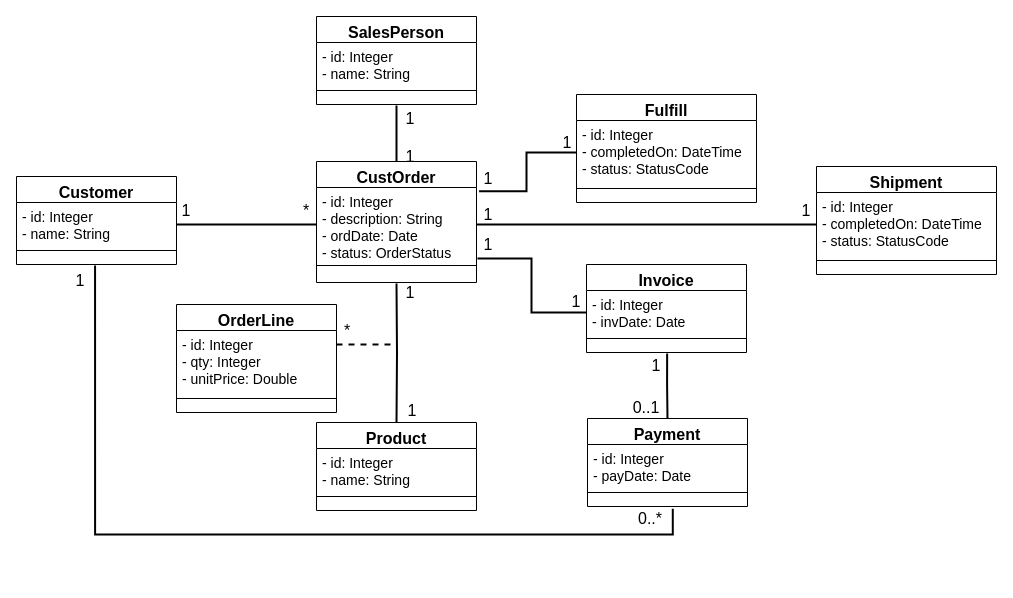
Earlier version of the draw.io diagram page "model" (1 of 4) of docs/orderman-design.drawio (jdomainapp/orderman). Source tidied: cells renumbered, new cells numbered last; positions are measured from the earlier drawing's top-left corner, leaving out a move shared by most shapes. Both pictures are drawn from the tidied source at 100%, with x=0, y=0 at pixel (16, 16).
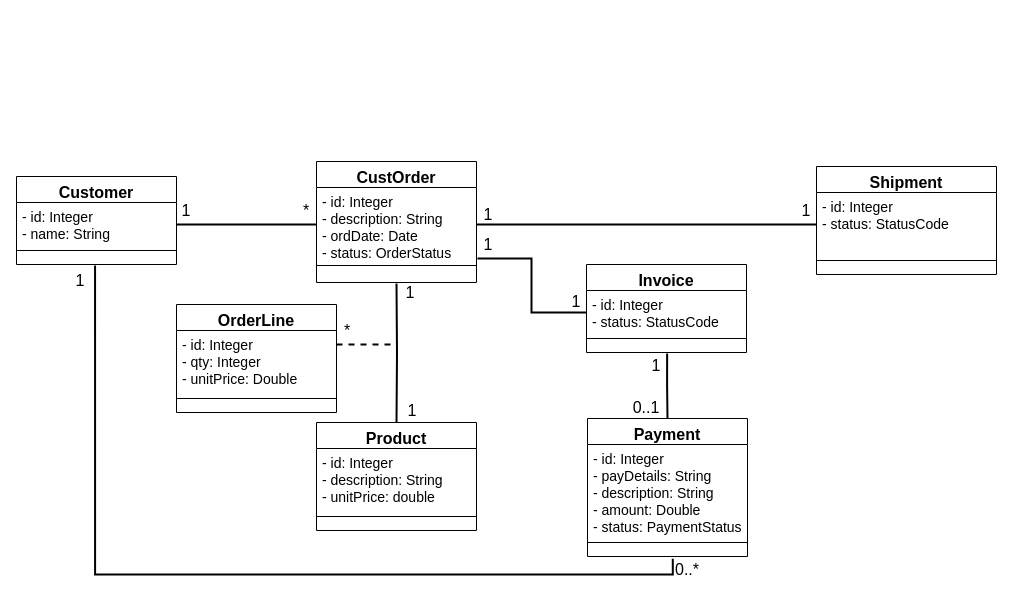
The same page after the edit.

The change refers to these unchanged cells:
```xml
<mxCell id="5" value=" " style="text;strokeColor=none;fillColor=none;align=left;verticalAlign=top;spacingLeft=4;spacingRight=4;overflow=hidden;points=[[0,0.5],[1,0.5]];portConstraint=eastwest;" parent="2" vertex="1">
  <mxGeometry y="78" width="160" height="10" as="geometry" />
</mxCell>
<mxCell id="18" value="Invoice" style="swimlane;fontStyle=1;align=center;verticalAlign=top;horizontal=1;startSize=26;fontSize=16;" parent="1" vertex="1">
  <mxGeometry x="570" y="248" width="160" height="88" as="geometry" />
</mxCell>
<mxCell id="30" value="Shipment" style="swimlane;fontStyle=1;align=center;verticalAlign=top;horizontal=1;startSize=26;fontSize=16;" parent="1" vertex="1">
  <mxGeometry x="800" y="150" width="180" height="108" as="geometry" />
</mxCell>
<mxCell id="46" value="CustOrder" style="swimlane;fontStyle=1;align=center;verticalAlign=top;horizontal=1;startSize=26;fontSize=16;labelBackgroundColor=none;" parent="1" vertex="1">
  <mxGeometry x="300" y="145" width="160" height="121" as="geometry" />
</mxCell>
<mxCell id="47" value="- id: Integer&#10;- description: String&#10;- ordDate: Date&#10;- status: OrderStatus" style="text;strokeColor=none;fillColor=none;align=left;verticalAlign=top;spacingLeft=4;spacingRight=4;overflow=hidden;points=[[0,0.5],[1,0.5]];portConstraint=eastwest;fontSize=14;" parent="46" vertex="1">
  <mxGeometry y="26" width="160" height="74" as="geometry" />
</mxCell>
```

The edit, as a diff of the source:
```diff
@@
-    <mxCell id="6" value="SalesPerson" style="swimlane;fontStyle=1;align=center;verticalAlign=top;horizontal=1;startSize=26;fontSize=16;" parent="1" vertex="1">
-      <mxGeometry x="300" width="160" height="88" as="geometry" />
-    </mxCell>
-    <mxCell id="7" value="- id: Integer&#10;- name: String" style="text;strokeColor=none;fillColor=none;align=left;verticalAlign=top;spacingLeft=4;spacingRight=4;overflow=hidden;fontSize=14;" parent="6" vertex="1">
-      <mxGeometry y="26" width="160" height="44" as="geometry" />
-    </mxCell>
-    <mxCell id="8" style="line;strokeWidth=1;fillColor=none;align=left;verticalAlign=middle;spacingTop=-1;spacingLeft=3;spacingRight=3;labelPosition=right;strokeColor=inherit;" parent="6" vertex="1">
-      <mxGeometry y="70" width="160" height="8" as="geometry" />
-    </mxCell>
-    <mxCell id="9" value=" " style="text;strokeColor=none;fillColor=none;align=left;verticalAlign=top;spacingLeft=4;spacingRight=4;overflow=hidden;points=[[0,0.5],[1,0.5]];portConstraint=eastwest;" parent="6" vertex="1">
-      <mxGeometry y="78" width="160" height="10" as="geometry" />
-    </mxCell>
     <mxCell id="10" value="Product" style="swimlane;fontStyle=1;align=center;verticalAlign=top;horizontal=1;startSize=26;fontSize=16;" parent="1" vertex="1">
-      <mxGeometry x="300" y="406" width="160" height="88" as="geometry" />
+      <mxGeometry x="300" y="406" width="160" height="108" as="geometry" />
     </mxCell>
-    <mxCell id="11" value="- id: Integer&#10;- name: String" style="text;strokeColor=none;fillColor=none;align=left;verticalAlign=top;spacingLeft=4;spacingRight=4;overflow=hidden;fontSize=14;" parent="10" vertex="1">
-      <mxGeometry y="26" width="160" height="44" as="geometry" />
+    <mxCell id="11" value="- id: Integer&#10;- description: String&#10;- unitPrice: double" style="text;strokeColor=none;fillColor=none;align=left;verticalAlign=top;spacingLeft=4;spacingRight=4;overflow=hidden;fontSize=14;" parent="10" vertex="1">
+      <mxGeometry y="26" width="160" height="64" as="geometry" />
     </mxCell>
     <mxCell id="12" style="line;strokeWidth=1;fillColor=none;align=left;verticalAlign=middle;spacingTop=-1;spacingLeft=3;spacingRight=3;labelPosition=right;strokeColor=inherit;" parent="10" vertex="1">
-      <mxGeometry y="70" width="160" height="8" as="geometry" />
+      <mxGeometry y="90" width="160" height="8" as="geometry" />
     </mxCell>
     <mxCell id="13" value=" " style="text;strokeColor=none;fillColor=none;align=left;verticalAlign=top;spacingLeft=4;spacingRight=4;overflow=hidden;" parent="10" vertex="1">
-      <mxGeometry y="78" width="160" height="10" as="geometry" />
+      <mxGeometry y="98" width="160" height="10" as="geometry" />
     </mxCell>
@@
-    <mxCell id="19" value="- id: Integer&#10;- invDate: Date" style="text;strokeColor=none;fillColor=none;align=left;verticalAlign=top;spacingLeft=4;spacingRight=4;overflow=hidden;points=[[0,0.5],[1,0.5]];portConstraint=eastwest;fontSize=14;" parent="18" vertex="1">
+    <mxCell id="19" value="- id: Integer&#10;- status: StatusCode" style="text;strokeColor=none;fillColor=none;align=left;verticalAlign=top;spacingLeft=4;spacingRight=4;overflow=hidden;points=[[0,0.5],[1,0.5]];portConstraint=eastwest;fontSize=14;" parent="18" vertex="1">
       <mxGeometry y="26" width="160" height="44" as="geometry" />
     </mxCell>
@@
     <mxCell id="22" value="Payment" style="swimlane;fontStyle=1;align=center;verticalAlign=top;horizontal=1;startSize=26;fontSize=16;" parent="1" vertex="1">
-      <mxGeometry x="571" y="402" width="160" height="88" as="geometry" />
+      <mxGeometry x="571" y="402" width="160" height="138" as="geometry" />
     </mxCell>
-    <mxCell id="23" value="- id: Integer&#10;- payDate: Date" style="text;strokeColor=none;fillColor=none;align=left;verticalAlign=top;spacingLeft=4;spacingRight=4;overflow=hidden;fontSize=14;" parent="22" vertex="1">
-      <mxGeometry y="26" width="160" height="44" as="geometry" />
+    <mxCell id="23" value="- id: Integer&#10;- payDetails: String&#10;- description: String&#10;- amount: Double&#10;- status: PaymentStatus" style="text;strokeColor=none;fillColor=none;align=left;verticalAlign=top;spacingLeft=4;spacingRight=4;overflow=hidden;fontSize=14;" parent="22" vertex="1">
+      <mxGeometry y="26" width="160" height="94" as="geometry" />
     </mxCell>
     <mxCell id="24" style="line;strokeWidth=1;fillColor=none;align=left;verticalAlign=middle;spacingTop=-1;spacingLeft=3;spacingRight=3;labelPosition=right;strokeColor=inherit;" parent="22" vertex="1">
-      <mxGeometry y="70" width="160" height="8" as="geometry" />
+      <mxGeometry y="120" width="160" height="8" as="geometry" />
     </mxCell>
     <mxCell id="25" value=" " style="text;strokeColor=none;fillColor=none;align=left;verticalAlign=top;spacingLeft=4;spacingRight=4;overflow=hidden;points=[[0,0.5],[1,0.5]];portConstraint=eastwest;" parent="22" vertex="1">
-      <mxGeometry y="78" width="160" height="10" as="geometry" />
+      <mxGeometry y="128" width="160" height="10" as="geometry" />
     </mxCell>
-    <mxCell id="26" value="Fulfill" style="swimlane;fontStyle=1;align=center;verticalAlign=top;horizontal=1;startSize=26;fontSize=16;" parent="1" vertex="1">
-      <mxGeometry x="560" y="78" width="180" height="108" as="geometry" />
-    </mxCell>
-    <mxCell id="27" value="- id: Integer&#10;- completedOn: DateTime&#10;- status: StatusCode" style="text;strokeColor=none;fillColor=none;align=left;verticalAlign=top;spacingLeft=4;spacingRight=4;overflow=hidden;points=[[0,0.5],[1,0.5]];portConstraint=eastwest;fontSize=14;" parent="26" vertex="1">
-      <mxGeometry y="26" width="180" height="64" as="geometry" />
-    </mxCell>
-    <mxCell id="28" style="line;strokeWidth=1;fillColor=none;align=left;verticalAlign=middle;spacingTop=-1;spacingLeft=3;spacingRight=3;labelPosition=right;strokeColor=inherit;" parent="26" vertex="1">
-      <mxGeometry y="90" width="180" height="8" as="geometry" />
-    </mxCell>
-    <mxCell id="29" value=" " style="text;strokeColor=none;fillColor=none;align=left;verticalAlign=top;spacingLeft=4;spacingRight=4;overflow=hidden;" parent="26" vertex="1">
-      <mxGeometry y="98" width="180" height="10" as="geometry" />
-    </mxCell>
@@
-    <mxCell id="31" value="- id: Integer&#10;- completedOn: DateTime&#10;- status: StatusCode" style="text;strokeColor=none;fillColor=none;align=left;verticalAlign=top;spacingLeft=4;spacingRight=4;overflow=hidden;points=[[0,0.5],[1,0.5]];portConstraint=eastwest;fontSize=14;" parent="30" vertex="1">
+    <mxCell id="31" value="- id: Integer&#10;- status: StatusCode" style="text;strokeColor=none;fillColor=none;align=left;verticalAlign=top;spacingLeft=4;spacingRight=4;overflow=hidden;points=[[0,0.5],[1,0.5]];portConstraint=eastwest;fontSize=14;" parent="30" vertex="1">
       <mxGeometry y="26" width="180" height="64" as="geometry" />
     </mxCell>
@@
-    <mxCell id="37" style="edgeStyle=orthogonalEdgeStyle;rounded=0;jettySize=auto;html=1;fontSize=14;endArrow=none;endFill=0;strokeWidth=2;exitX=0.5;exitY=1.1;exitDx=0;exitDy=0;exitPerimeter=0;" parent="1" edge="1" source="9" target="46">
-      <mxGeometry relative="1" as="geometry" />
-    </mxCell>
@@
-    <mxCell id="39" style="edgeStyle=orthogonalEdgeStyle;rounded=0;jettySize=auto;html=1;entryX=0;entryY=0.5;entryDx=0;entryDy=0;fontSize=14;endArrow=none;endFill=0;strokeWidth=2;exitX=1.016;exitY=0.05;exitDx=0;exitDy=0;exitPerimeter=0;" parent="1" edge="1" source="47" target="27">
-      <mxGeometry relative="1" as="geometry" />
-    </mxCell>
@@
-    <mxCell id="51" value="1" style="text;align=center;fontStyle=0;verticalAlign=middle;spacingLeft=3;spacingRight=3;strokeColor=none;fontSize=16;" parent="1" vertex="1">
-      <mxGeometry x="384" y="88" width="20" height="26" as="geometry" />
-    </mxCell>
-    <mxCell id="52" value="1" style="text;align=center;fontStyle=0;verticalAlign=middle;spacingLeft=3;spacingRight=3;strokeColor=none;fontSize=16;" parent="1" vertex="1">
-      <mxGeometry x="384" y="126" width="20" height="26" as="geometry" />
-    </mxCell>
-    <mxCell id="53" value="1" style="text;align=center;fontStyle=0;verticalAlign=middle;spacingLeft=3;spacingRight=3;strokeColor=none;fontSize=16;" parent="1" vertex="1">
-      <mxGeometry x="541" y="112" width="20" height="26" as="geometry" />
-    </mxCell>
-    <mxCell id="54" value="1" style="text;align=center;fontStyle=0;verticalAlign=middle;spacingLeft=3;spacingRight=3;strokeColor=none;fontSize=16;" parent="1" vertex="1">
-      <mxGeometry x="462" y="148" width="20" height="26" as="geometry" />
-    </mxCell>
@@
     <mxCell id="61" style="edgeStyle=orthogonalEdgeStyle;rounded=0;jettySize=auto;html=1;entryX=0.533;entryY=1.22;entryDx=0;entryDy=0;fontSize=14;endArrow=none;endFill=0;strokeWidth=2;exitX=0.491;exitY=1.1;exitDx=0;exitDy=0;exitPerimeter=0;entryPerimeter=0;" parent="1" edge="1" source="5" target="25">
       <mxGeometry relative="1" as="geometry">
         <Array as="points">
-          <mxPoint x="79" y="518" />
-          <mxPoint x="656" y="518" />
+          <mxPoint x="79" y="558" />
+          <mxPoint x="656" y="558" />
         </Array>
       </mxGeometry>
     </mxCell>
     <mxCell id="62" value="0..*" style="text;align=center;fontStyle=0;verticalAlign=middle;spacingLeft=3;spacingRight=3;strokeColor=none;fontSize=16;" parent="1" vertex="1">
-      <mxGeometry x="624" y="488" width="20" height="26" as="geometry" />
+      <mxGeometry x="661" y="539" width="20" height="26" as="geometry" />
     </mxCell>
```
